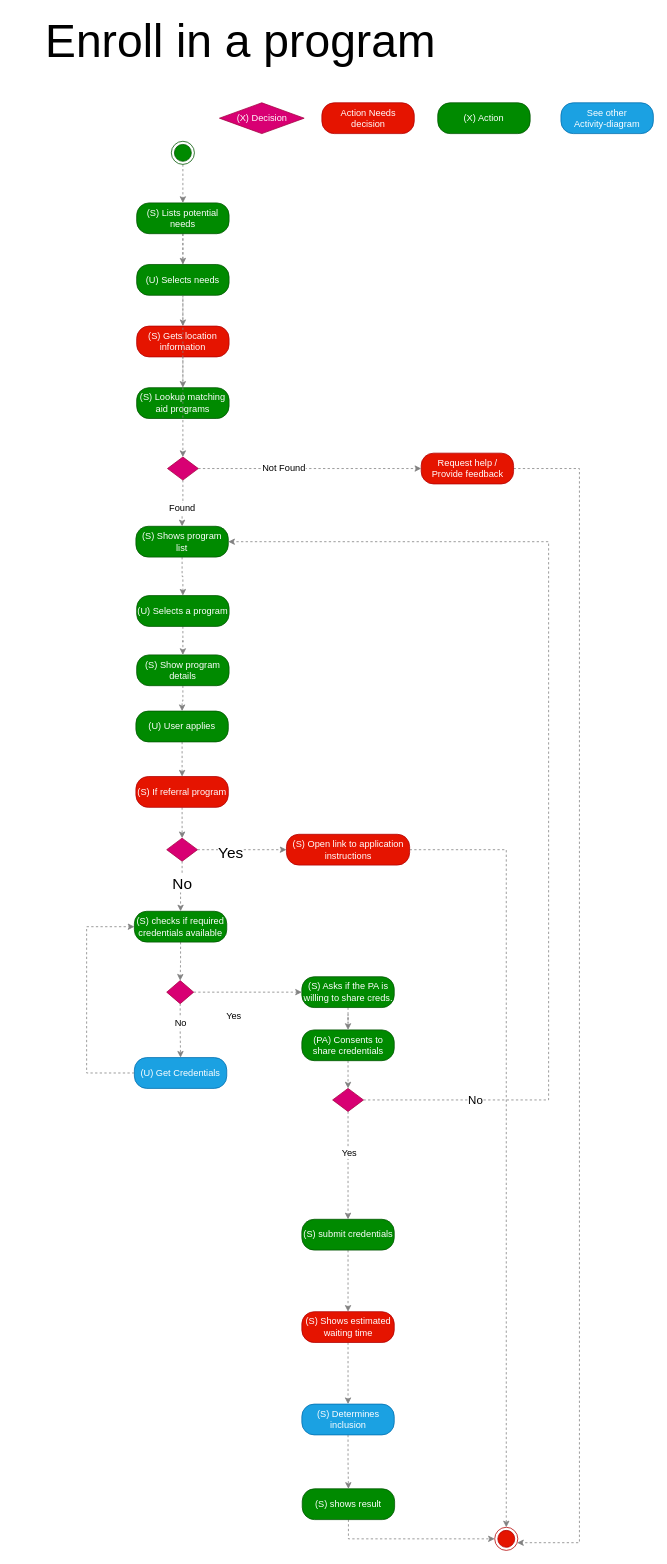
The draw.io diagram Activity Diagrams/Enroll in a program activity.drawio in nsward/diagrams, before the edit. Source tidied: cells renumbered, new cells numbered last; positions are measured from the earlier drawing's top-left corner, leaving out a move shared by most shapes. Both pictures are drawn from the tidied source at 77%, with x=0, y=0 at pixel (13, 33).
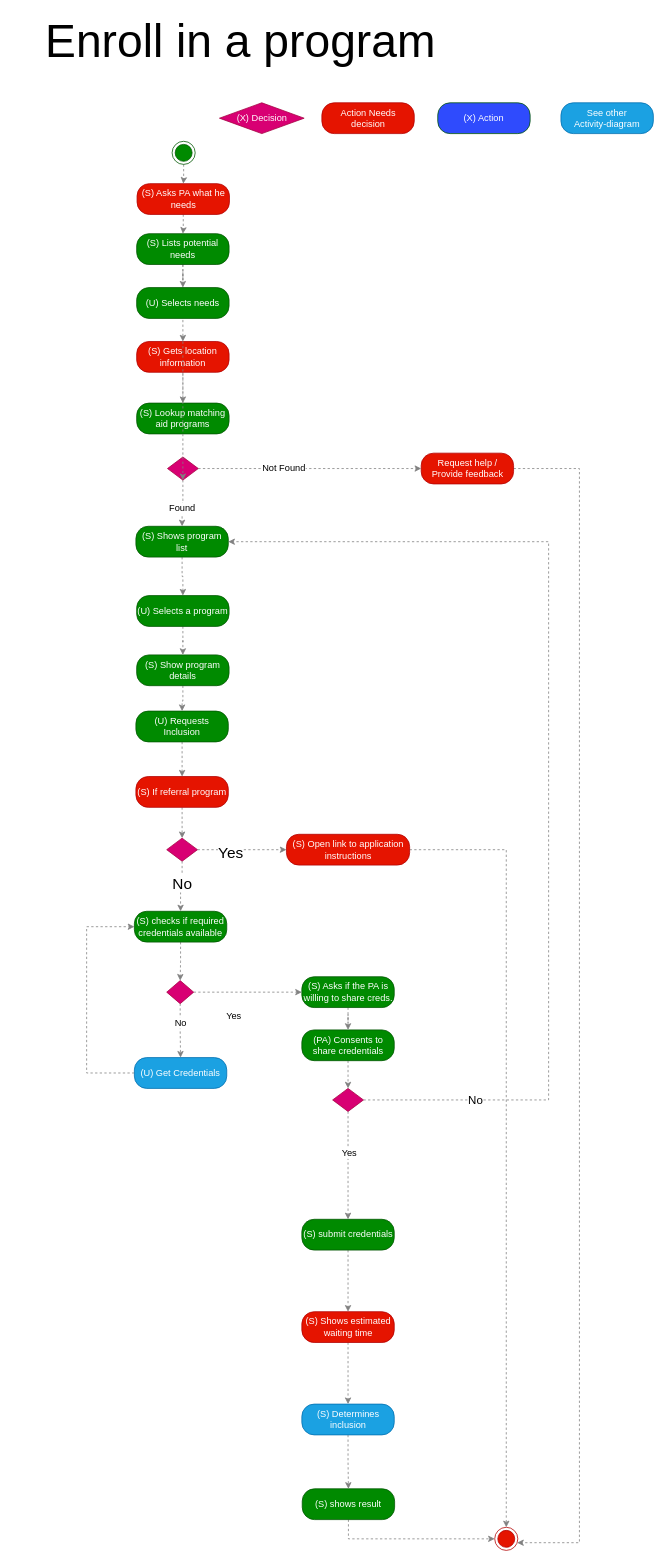
Above is the later version.

Unchanged cells that the change refers to:
```xml
<mxCell id="45" style="rhombus;whiteSpace=wrap;html=1;fillColor=#d80073;strokeColor=#A50040;fontColor=#ffffff;" parent="1" vertex="1">
  <mxGeometry x="200" y="550" width="40" height="30" as="geometry" />
</mxCell>
```

The edit, as a diff of the source:
```diff
@@
-    <mxCell id="2" style="edgeStyle=orthogonalEdgeStyle;rounded=0;jettySize=auto;html=1;entryX=0.5;entryY=0;entryDx=0;entryDy=0;dashed=1;strokeColor=#808080;" parent="1" edge="1" source="3" target="6">
+    <mxCell id="2" style="edgeStyle=orthogonalEdgeStyle;rounded=0;jettySize=auto;html=1;entryX=0.5;entryY=0;entryDx=0;entryDy=0;dashed=1;strokeColor=#808080;" parent="1" edge="1" source="3" target="70">
       <mxGeometry relative="1" as="geometry" />
     </mxCell>
     <mxCell id="3" style="ellipse;html=1;shape=endState;fillColor=#008a00;strokeColor=#005700;fontColor=#ffffff;" parent="1" vertex="1">
-      <mxGeometry x="205" y="140" width="30" height="30" as="geometry" />
+      <mxGeometry x="206" y="140" width="30" height="30" as="geometry" />
     </mxCell>
@@
     <mxCell id="6" value="(S) Lists potential needs" style="rounded=1;whiteSpace=wrap;html=1;arcSize=40;fillColor=#008a00;strokeColor=#005700;fontColor=#ffffff;" parent="1" vertex="1">
-      <mxGeometry x="160" y="220" width="120" height="40" as="geometry" />
+      <mxGeometry x="160" y="260" width="120" height="40" as="geometry" />
     </mxCell>
@@
     <mxCell id="8" value="(S) Gets location information" style="rounded=1;whiteSpace=wrap;html=1;arcSize=40;fillColor=#e51400;strokeColor=#B20000;fontColor=#ffffff;" parent="1" vertex="1">
-      <mxGeometry x="160" y="380" width="120" height="40" as="geometry" />
+      <mxGeometry x="160" y="400" width="120" height="40" as="geometry" />
     </mxCell>
     <mxCell id="9" value="(S) Lookup matching aid programs" style="rounded=1;whiteSpace=wrap;html=1;arcSize=40;fillColor=#008a00;strokeColor=#005700;fontColor=#ffffff;" parent="1" vertex="1">
-      <mxGeometry x="160" y="460" width="120" height="40" as="geometry" />
+      <mxGeometry x="160" y="480" width="120" height="40" as="geometry" />
     </mxCell>
     <mxCell id="10" value="(U) Selects needs" style="rounded=1;whiteSpace=wrap;html=1;arcSize=40;fillColor=#008a00;strokeColor=#005700;fontColor=#ffffff;" parent="1" vertex="1">
-      <mxGeometry x="160" y="300" width="120" height="40" as="geometry" />
+      <mxGeometry x="160" y="330" width="120" height="40" as="geometry" />
     </mxCell>
@@
-    <mxCell id="18" value="(U) User applies" style="rounded=1;whiteSpace=wrap;html=1;arcSize=40;fillColor=#008a00;strokeColor=#005700;fontColor=#ffffff;" parent="1" vertex="1">
+    <mxCell id="18" value="(U) Requests Inclusion" style="rounded=1;whiteSpace=wrap;html=1;arcSize=40;fillColor=#008a00;strokeColor=#005700;fontColor=#ffffff;" parent="1" vertex="1">
       <mxGeometry x="159" y="880" width="120" height="40" as="geometry" />
     </mxCell>
@@
-    <mxCell id="46" style="edgeStyle=orthogonalEdgeStyle;rounded=0;jettySize=auto;html=1;dashed=1;strokeColor=#808080;" parent="1" edge="1" source="10" target="45">
-      <mxGeometry relative="1" as="geometry" />
+    <mxCell id="46" style="edgeStyle=orthogonalEdgeStyle;rounded=0;orthogonalLoop=1;jettySize=auto;html=1;dashed=1;strokeColor=#808080;" parent="1" edge="1">
+      <mxGeometry relative="1" as="geometry">
+        <mxPoint x="220" y="400" as="sourcePoint" />
+        <mxPoint x="220" y="580" as="targetPoint" />
+      </mxGeometry>
     </mxCell>
@@
-    <mxCell id="59" value="(X) Action&lt;br&gt;" style="rounded=1;whiteSpace=wrap;html=1;arcSize=40;fillColor=#008a00;strokeColor=#005700;fontColor=#ffffff;" parent="1" vertex="1">
+    <mxCell id="59" value="(X) Action&lt;br&gt;" style="rounded=1;whiteSpace=wrap;html=1;arcSize=40;fillColor=#2F4BFD;strokeColor=#005700;fontColor=#ffffff;" parent="1" vertex="1">
       <mxGeometry x="551" y="90" width="120" height="40" as="geometry" />
     </mxCell>
@@
+    <mxCell id="69" style="edgeStyle=orthogonalEdgeStyle;rounded=0;jettySize=auto;html=1;entryX=0.5;entryY=0;entryDx=0;entryDy=0;dashed=1;strokeColor=#808080;fontSize=15;fontColor=#ffffff;" parent="1" edge="1" source="70" target="6">
+      <mxGeometry relative="1" as="geometry" />
+    </mxCell>
+    <mxCell id="70" value="(S) Asks PA what he needs&lt;br&gt;" style="rounded=1;whiteSpace=wrap;html=1;arcSize=40;fillColor=#e51400;strokeColor=#B20000;fontColor=#ffffff;" parent="1" vertex="1">
+      <mxGeometry x="160.5" y="195" width="120" height="40" as="geometry" />
+    </mxCell>
```
